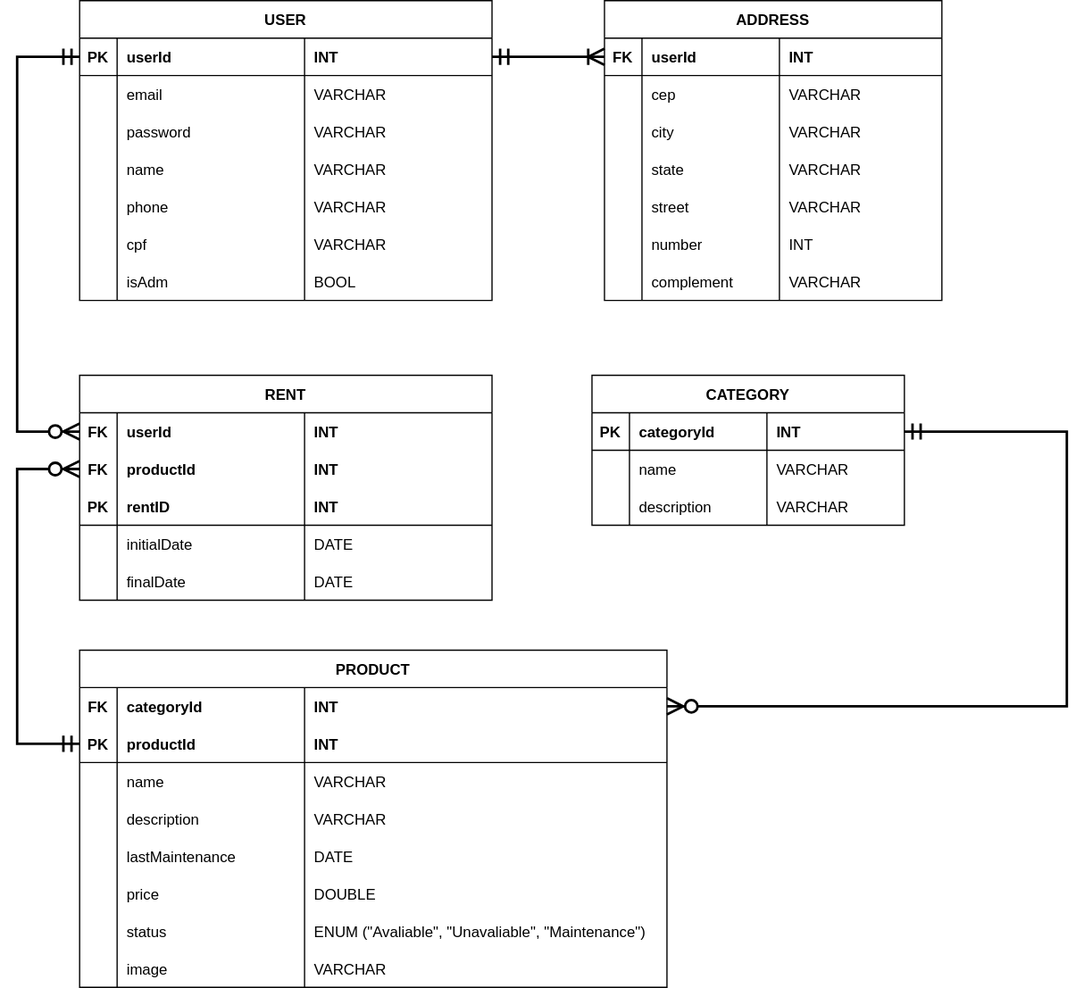
This is assets/images/DER.svg from UnBArqDsw2021-1/2021.1_G7_Mychine_docs, a draw.io export, as it was before one commit. Source tidied: cells renumbered, new cells last; positions are measured from the earlier drawing's top-left corner, leaving out a move shared by most shapes.
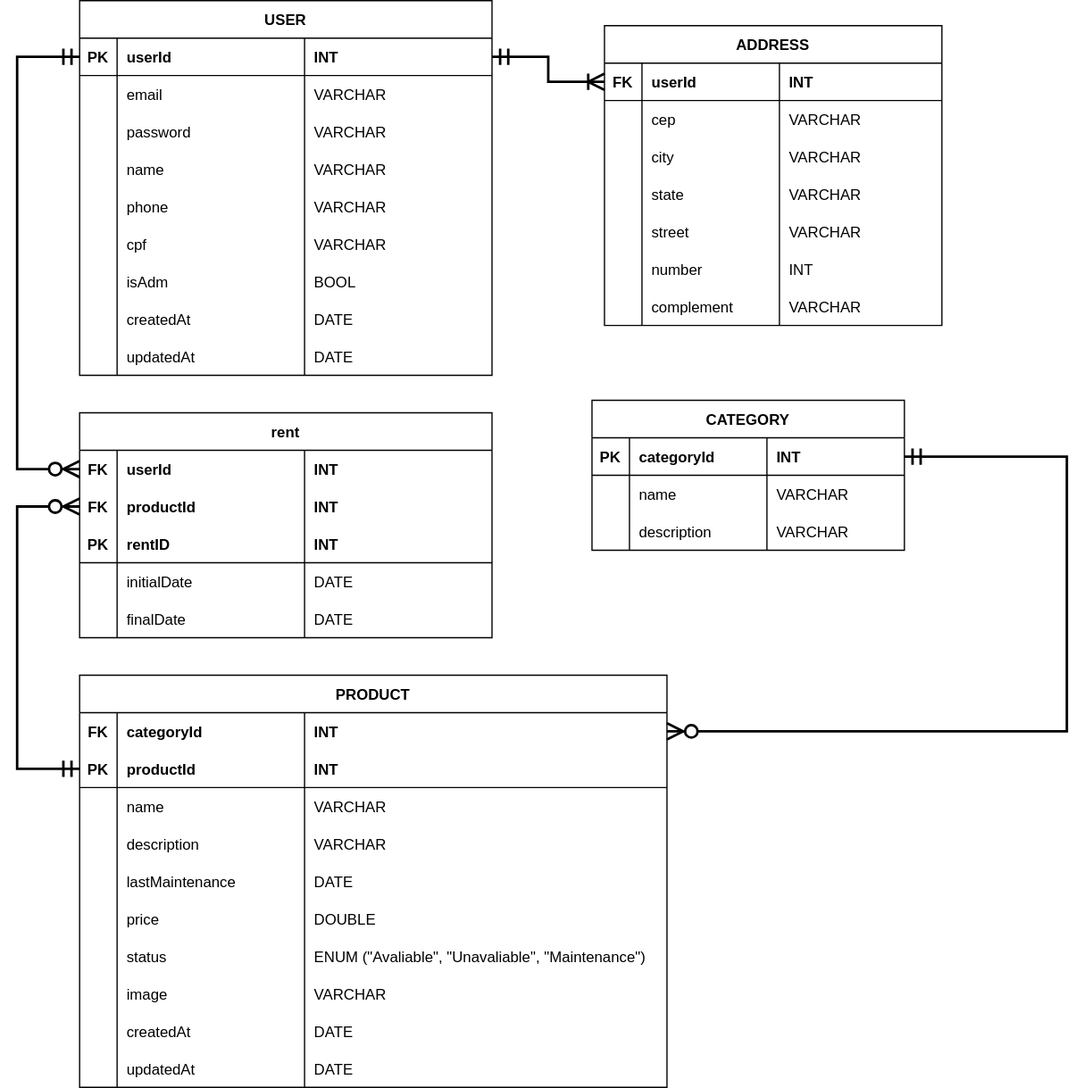
After the commit.

Commit message:
Adicionando diagrama corrigido

The edit, as a diff of the source:
```diff
@@ -3,7 +3,7 @@
     <mxCell id="0" />
     <mxCell id="1" parent="0" />
     <mxCell id="2" value="USER" style="shape=table;startSize=30;rowLines=0;fontStyle=1;align=center;" parent="1" vertex="1">
-      <mxGeometry x="50" width="330" height="240" as="geometry" />
+      <mxGeometry x="50" y="-20" width="330" height="300" as="geometry" />
     </mxCell>
     <mxCell id="3" style="shape=partialRectangle;fillColor=none;top=0;left=0;bottom=1;right=0;points=[[0,0.5],[1,0.5]];portConstraint=eastwest;" parent="2" vertex="1">
       <mxGeometry y="30" width="330" height="30" as="geometry" />
@@ -89,6 +89,30 @@
     <mxCell id="30" value="BOOL" style="shape=partialRectangle;fillColor=none;top=0;left=0;bottom=0;right=0;align=left;spacingLeft=6;overflow=hidden;" parent="27" vertex="1">
       <mxGeometry x="180" width="150" height="30" as="geometry" />
     </mxCell>
+    <mxCell id="131" style="shape=partialRectangle;fillColor=none;top=0;left=0;bottom=0;right=0;" parent="2" vertex="1">
+      <mxGeometry y="240" width="330" height="30" as="geometry" />
+    </mxCell>
+    <mxCell id="132" style="shape=partialRectangle;fillColor=none;top=0;left=0;bottom=0;right=0;overflow=hidden;" parent="131" vertex="1">
+      <mxGeometry width="30" height="30" as="geometry" />
+    </mxCell>
+    <mxCell id="133" value="createdAt" style="shape=partialRectangle;fillColor=none;top=0;left=0;bottom=0;right=0;align=left;spacingLeft=6;overflow=hidden;" parent="131" vertex="1">
+      <mxGeometry x="30" width="150" height="30" as="geometry" />
+    </mxCell>
+    <mxCell id="134" value="DATE" style="shape=partialRectangle;fillColor=none;top=0;left=0;bottom=0;right=0;align=left;spacingLeft=6;overflow=hidden;" parent="131" vertex="1">
+      <mxGeometry x="180" width="150" height="30" as="geometry" />
+    </mxCell>
+    <mxCell id="135" style="shape=partialRectangle;fillColor=none;top=0;left=0;bottom=0;right=0;" parent="2" vertex="1">
+      <mxGeometry y="270" width="330" height="30" as="geometry" />
+    </mxCell>
+    <mxCell id="136" style="shape=partialRectangle;fillColor=none;top=0;left=0;bottom=0;right=0;overflow=hidden;" parent="135" vertex="1">
+      <mxGeometry width="30" height="30" as="geometry" />
+    </mxCell>
+    <mxCell id="137" value="updatedAt" style="shape=partialRectangle;fillColor=none;top=0;left=0;bottom=0;right=0;align=left;spacingLeft=6;overflow=hidden;" parent="135" vertex="1">
+      <mxGeometry x="30" width="150" height="30" as="geometry" />
+    </mxCell>
+    <mxCell id="138" value="DATE" style="shape=partialRectangle;fillColor=none;top=0;left=0;bottom=0;right=0;align=left;spacingLeft=6;overflow=hidden;" parent="135" vertex="1">
+      <mxGeometry x="180" width="150" height="30" as="geometry" />
+    </mxCell>
     <mxCell id="31" value="ADDRESS" style="shape=table;startSize=30;rowLines=0;fontStyle=1;align=center;" parent="1" vertex="1">
       <mxGeometry x="470" width="270" height="240" as="geometry" />
     </mxCell>
@@ -180,7 +204,7 @@
       <mxGeometry relative="1" as="geometry" />
     </mxCell>
     <mxCell id="61" value="PRODUCT" style="shape=table;startSize=30;rowLines=0;fontStyle=1;align=center;" parent="1" vertex="1">
-      <mxGeometry x="50" y="520" width="470" height="270" as="geometry" />
+      <mxGeometry x="50" y="520" width="470" height="330" as="geometry" />
     </mxCell>
     <mxCell id="62" style="shape=partialRectangle;top=0;left=0;bottom=0;right=0;points=[[0,0.5],[1,0.5]];portConstraint=eastwest;strokeWidth=1;fillColor=none;" parent="61" vertex="1">
       <mxGeometry y="30" width="470" height="30" as="geometry" />
@@ -278,6 +302,30 @@
     <mxCell id="93" value="VARCHAR" style="shape=partialRectangle;fillColor=none;top=0;left=0;bottom=0;right=0;align=left;spacingLeft=6;overflow=hidden;" parent="90" vertex="1">
       <mxGeometry x="180" width="290" height="30" as="geometry" />
     </mxCell>
+    <mxCell id="139" style="shape=partialRectangle;fillColor=none;top=0;left=0;bottom=0;right=0;" parent="61" vertex="1">
+      <mxGeometry y="270" width="470" height="30" as="geometry" />
+    </mxCell>
+    <mxCell id="140" style="shape=partialRectangle;fillColor=none;top=0;left=0;bottom=0;right=0;overflow=hidden;" parent="139" vertex="1">
+      <mxGeometry width="30" height="30" as="geometry" />
+    </mxCell>
+    <mxCell id="141" value="createdAt" style="shape=partialRectangle;fillColor=none;top=0;left=0;bottom=0;right=0;align=left;spacingLeft=6;overflow=hidden;" parent="139" vertex="1">
+      <mxGeometry x="30" width="150" height="30" as="geometry" />
+    </mxCell>
+    <mxCell id="142" value="DATE" style="shape=partialRectangle;fillColor=none;top=0;left=0;bottom=0;right=0;align=left;spacingLeft=6;overflow=hidden;" parent="139" vertex="1">
+      <mxGeometry x="180" width="290" height="30" as="geometry" />
+    </mxCell>
+    <mxCell id="143" style="shape=partialRectangle;fillColor=none;top=0;left=0;bottom=0;right=0;" parent="61" vertex="1">
+      <mxGeometry y="300" width="470" height="30" as="geometry" />
+    </mxCell>
+    <mxCell id="144" style="shape=partialRectangle;fillColor=none;top=0;left=0;bottom=0;right=0;overflow=hidden;" parent="143" vertex="1">
+      <mxGeometry width="30" height="30" as="geometry" />
+    </mxCell>
+    <mxCell id="145" value="updatedAt" style="shape=partialRectangle;fillColor=none;top=0;left=0;bottom=0;right=0;align=left;spacingLeft=6;overflow=hidden;" parent="143" vertex="1">
+      <mxGeometry x="30" width="150" height="30" as="geometry" />
+    </mxCell>
+    <mxCell id="146" value="DATE" style="shape=partialRectangle;fillColor=none;top=0;left=0;bottom=0;right=0;align=left;spacingLeft=6;overflow=hidden;" parent="143" vertex="1">
+      <mxGeometry x="180" width="290" height="30" as="geometry" />
+    </mxCell>
     <mxCell id="94" value="CATEGORY" style="shape=table;startSize=30;rowLines=0;fontStyle=1;align=center;" parent="1" vertex="1">
       <mxGeometry x="460" y="300" width="250" height="120" as="geometry" />
     </mxCell>
@@ -325,8 +373,8 @@
         </Array>
       </mxGeometry>
     </mxCell>
-    <mxCell id="108" value="RENT" style="shape=table;startSize=30;rowLines=0;fontStyle=1;align=center;" parent="1" vertex="1">
-      <mxGeometry x="50" y="300" width="330" height="180" as="geometry" />
+    <mxCell id="108" value="rent" style="shape=table;startSize=30;rowLines=0;fontStyle=1;align=center;" parent="1" vertex="1">
+      <mxGeometry x="50" y="310" width="330" height="180" as="geometry" />
     </mxCell>
     <mxCell id="109" style="shape=partialRectangle;top=0;left=0;bottom=0;right=0;points=[[0,0.5],[1,0.5]];portConstraint=eastwest;strokeWidth=1;fillColor=none;" parent="108" vertex="1">
       <mxGeometry y="30" width="330" height="30" as="geometry" />
@@ -388,11 +436,11 @@
     <mxCell id="128" value="DATE" style="shape=partialRectangle;fillColor=none;top=0;left=0;bottom=0;right=0;align=left;spacingLeft=6;overflow=hidden;" parent="125" vertex="1">
       <mxGeometry x="180" width="150" height="30" as="geometry" />
     </mxCell>
-    <mxCell id="129" style="edgeStyle=orthogonalEdgeStyle;rounded=0;jettySize=auto;html=1;entryX=0;entryY=0.5;entryDx=0;entryDy=0;fontSize=14;startArrow=ERmandOne;startFill=0;endArrow=ERzeroToMany;endFill=1;startSize=10;endSize=10;strokeColor=#000000;strokeWidth=2;" parent="1" edge="1" source="3" target="109">
+    <mxCell id="129" style="edgeStyle=orthogonalEdgeStyle;rounded=0;jettySize=auto;html=1;entryX=0;entryY=0.5;entryDx=0;entryDy=0;fontSize=14;startArrow=ERmandOne;startFill=0;endArrow=ERzeroToMany;endFill=1;startSize=10;endSize=10;strokeColor=#000000;strokeWidth=2;exitX=0;exitY=0.5;exitDx=0;exitDy=0;" parent="1" edge="1" source="3" target="109">
       <mxGeometry relative="1" as="geometry">
         <Array as="points">
-          <mxPoint y="45" />
-          <mxPoint y="345" />
+          <mxPoint y="25" />
+          <mxPoint y="355" />
         </Array>
       </mxGeometry>
     </mxCell>
@@ -400,7 +448,7 @@
       <mxGeometry relative="1" as="geometry">
         <Array as="points">
           <mxPoint y="595" />
-          <mxPoint y="375" />
+          <mxPoint y="385" />
         </Array>
       </mxGeometry>
     </mxCell>
```
